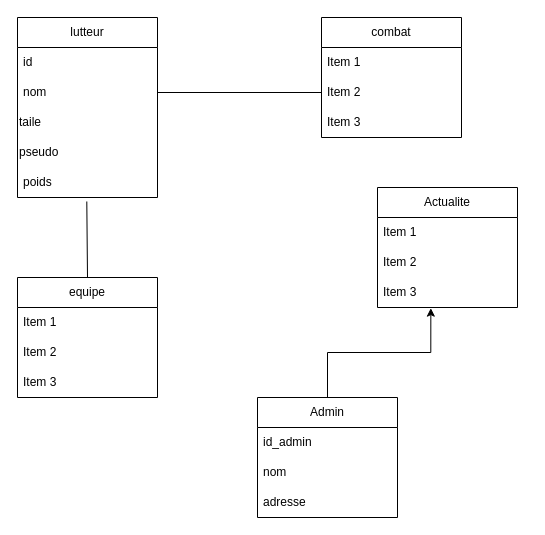
This is Diagramme sans nom.drawio from maybe0608/wave, a draw.io file, before an edit. Source tidied: cells renumbered, new cells numbered last; positions are measured from the earlier drawing's top-left corner, leaving out a move shared by most shapes. Both pictures are drawn from the tidied source at 100%, with x=0, y=0 at pixel (17, 17).
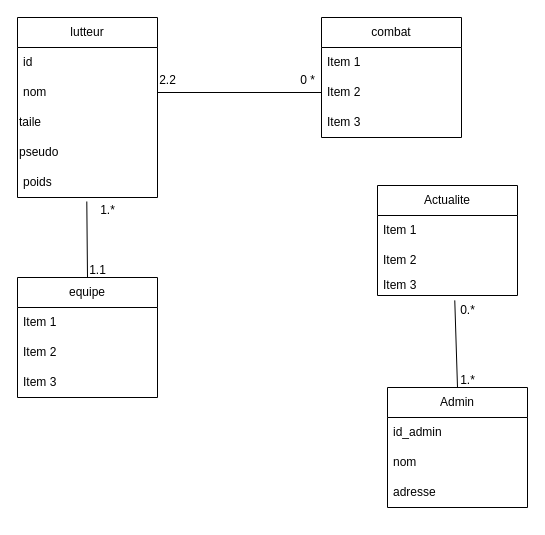
The same diagram, later.

Commit message:
Mettre à jour Diagramme sans nom.drawio

Diff of the diagram source:
```diff
@@
     <mxCell id="16" value="Actualite" style="swimlane;fontStyle=0;horizontal=1;startSize=30;whiteSpace=wrap;html=1;" parent="1" vertex="1">
-      <mxGeometry x="360" y="170" width="140" height="120" as="geometry" />
+      <mxGeometry x="360" y="168" width="140" height="110" as="geometry" />
     </mxCell>
@@
     <mxCell id="19" value="Item 3" style="text;strokeColor=none;fillColor=none;align=left;verticalAlign=middle;spacingLeft=4;spacingRight=4;overflow=hidden;points=[[0,0.5],[1,0.5]];portConstraint=eastwest;whiteSpace=wrap;html=1;" parent="16" vertex="1">
-      <mxGeometry y="90" width="140" height="30" as="geometry" />
+      <mxGeometry y="90" width="140" height="20" as="geometry" />
     </mxCell>
@@
     <mxCell id="22" value="Admin" style="swimlane;fontStyle=0;horizontal=1;startSize=30;whiteSpace=wrap;html=1;" parent="1" vertex="1">
-      <mxGeometry x="240" y="380" width="140" height="120" as="geometry" />
+      <mxGeometry x="370" y="370" width="140" height="120" as="geometry" />
     </mxCell>
@@
+    <mxCell id="27" value="0 *" style="text;html=1;align=center;verticalAlign=middle;strokeColor=none;fillColor=none;" parent="1" vertex="1">
+      <mxGeometry x="270" y="48" width="40" height="30" as="geometry" />
+    </mxCell>
+    <mxCell id="28" value="2.2" style="text;html=1;align=center;verticalAlign=middle;strokeColor=none;fillColor=none;" parent="1" vertex="1">
+      <mxGeometry x="130" y="48" width="40" height="30" as="geometry" />
+    </mxCell>
+    <mxCell id="29" value="1.*" style="text;html=1;align=center;verticalAlign=middle;strokeColor=none;fillColor=none;" parent="1" vertex="1">
+      <mxGeometry x="70" y="178" width="40" height="30" as="geometry" />
+    </mxCell>
+    <mxCell id="30" value="1.1" style="text;html=1;align=center;verticalAlign=middle;strokeColor=none;fillColor=none;" parent="1" vertex="1">
+      <mxGeometry x="60" y="238" width="40" height="30" as="geometry" />
+    </mxCell>
-    <mxCell id="26" style="edgeStyle=orthogonalEdgeStyle;rounded=0;jettySize=auto;html=1;entryX=0.381;entryY=1.022;entryDx=0;entryDy=0;entryPerimeter=0;" parent="1" edge="1" source="22" target="19">
+    <mxCell id="26" style="endArrow=none;html=1;rounded=0;entryX=0.552;entryY=1.244;entryDx=0;entryDy=0;entryPerimeter=0;exitX=0.5;exitY=0;exitDx=0;exitDy=0;" parent="1" edge="1" source="22" target="19">
       <mxGeometry relative="1" as="geometry" />
     </mxCell>
+    <mxCell id="31" value="0.*" style="text;html=1;align=center;verticalAlign=middle;strokeColor=none;fillColor=none;" parent="1" vertex="1">
+      <mxGeometry x="430" y="278" width="40" height="30" as="geometry" />
+    </mxCell>
+    <mxCell id="32" value="1.*" style="text;html=1;align=center;verticalAlign=middle;strokeColor=none;fillColor=none;" parent="1" vertex="1">
+      <mxGeometry x="430" y="348" width="40" height="30" as="geometry" />
+    </mxCell>
```
